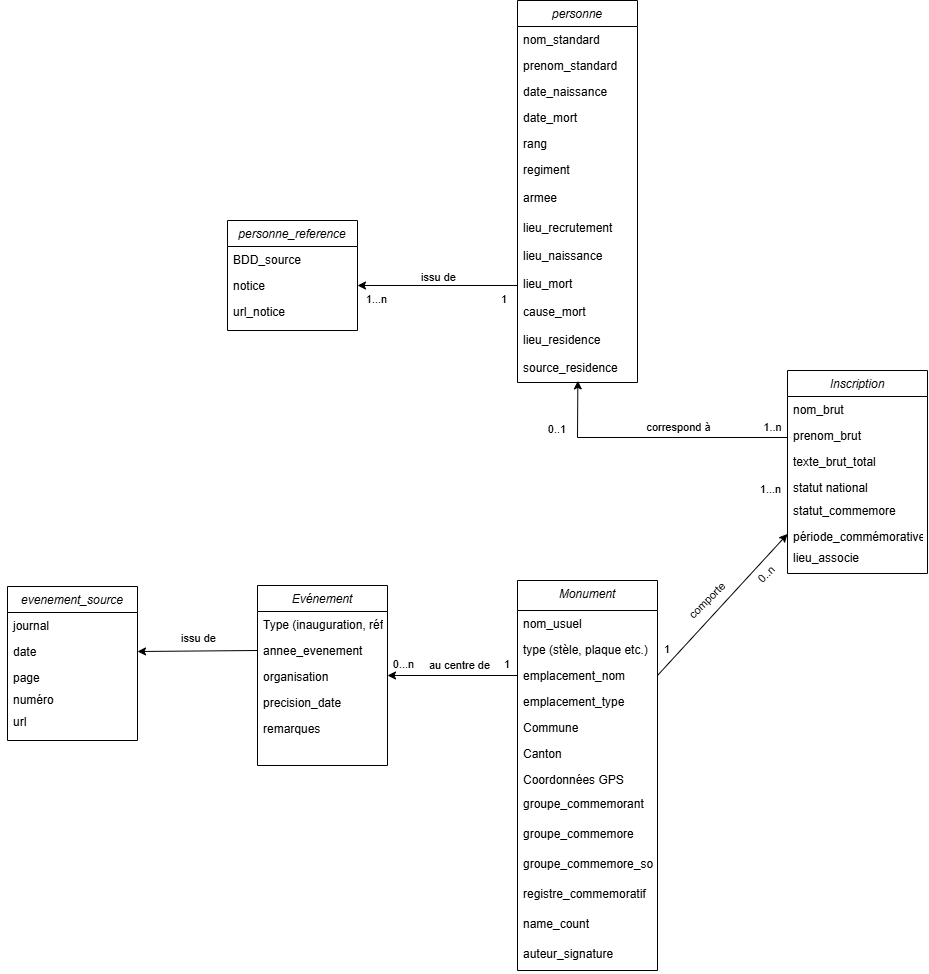
Before: Modèle conceptuel/MC_versionPNG.png, a diagram exported from draw.io (samohTDNM/Monument_Etrangers_14-18_Suisse). Source tidied: cells renumbered, new cells last; positions are measured from the earlier drawing's top-left corner, leaving out a move shared by most shapes.
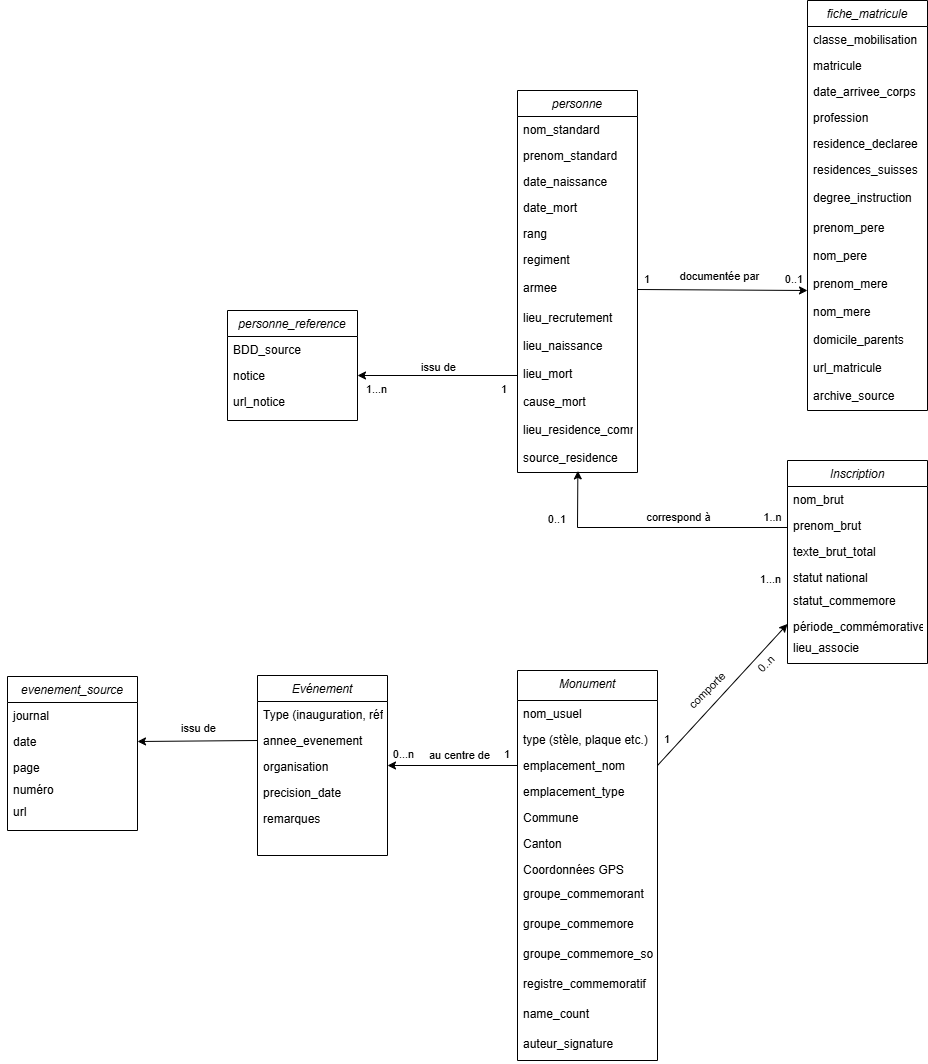
After the commit.

The edit, as a diff of the source:
```diff
@@ -38,7 +38,7 @@
     <mxCell id="13" value="cause_mort" style="text;align=left;verticalAlign=top;spacingLeft=4;spacingRight=4;overflow=hidden;rounded=0;shadow=0;html=0;" parent="2" vertex="1">
       <mxGeometry y="298" width="120" height="28" as="geometry" />
     </mxCell>
-    <mxCell id="14" value="lieu_residence&#10;" style="text;align=left;verticalAlign=top;spacingLeft=4;spacingRight=4;overflow=hidden;rounded=0;shadow=0;html=0;" parent="2" vertex="1">
+    <mxCell id="14" value="lieu_residence_commémorée&#10;" style="text;align=left;verticalAlign=top;spacingLeft=4;spacingRight=4;overflow=hidden;rounded=0;shadow=0;html=0;" parent="2" vertex="1">
       <mxGeometry y="326" width="120" height="28" as="geometry" />
     </mxCell>
     <mxCell id="15" value="source_residence" style="text;align=left;verticalAlign=top;spacingLeft=4;spacingRight=4;overflow=hidden;points=[[0,0.5],[1,0.5]];portConstraint=eastwest;rounded=0;shadow=0;html=0;" parent="2" vertex="1">
@@ -251,5 +251,66 @@
         <mxPoint x="-20" y="-4" as="offset" />
       </mxGeometry>
     </mxCell>
+    <mxCell id="77" value="fiche_matricule" style="swimlane;fontStyle=2;align=center;verticalAlign=top;horizontal=1;startSize=26;rounded=0;shadow=0;strokeWidth=1;" parent="1" vertex="1">
+      <mxGeometry x="800" y="-90" width="120" height="410" as="geometry" />
+    </mxCell>
+    <mxCell id="78" value="classe_mobilisation" style="text;align=left;verticalAlign=top;spacingLeft=4;spacingRight=4;overflow=hidden;" parent="77" vertex="1">
+      <mxGeometry y="26" width="120" height="26" as="geometry" />
+    </mxCell>
+    <mxCell id="79" value="matricule" style="text;align=left;verticalAlign=top;spacingLeft=4;spacingRight=4;overflow=hidden;rounded=0;shadow=0;html=0;" parent="77" vertex="1">
+      <mxGeometry y="52" width="120" height="26" as="geometry" />
+    </mxCell>
+    <mxCell id="80" value="date_arrivee_corps" style="text;align=left;verticalAlign=top;spacingLeft=4;spacingRight=4;overflow=hidden;rounded=0;shadow=0;html=0;" parent="77" vertex="1">
+      <mxGeometry y="78" width="120" height="26" as="geometry" />
+    </mxCell>
+    <mxCell id="81" value="profession" style="text;align=left;verticalAlign=top;spacingLeft=4;spacingRight=4;overflow=hidden;rounded=0;shadow=0;html=0;" parent="77" vertex="1">
+      <mxGeometry y="104" width="120" height="26" as="geometry" />
+    </mxCell>
+    <mxCell id="82" value="residence_declaree" style="text;align=left;verticalAlign=top;spacingLeft=4;spacingRight=4;overflow=hidden;rounded=0;shadow=0;html=0;" parent="77" vertex="1">
+      <mxGeometry y="130" width="120" height="26" as="geometry" />
+    </mxCell>
+    <mxCell id="83" value="residences_suisses" style="text;align=left;verticalAlign=top;spacingLeft=4;spacingRight=4;overflow=hidden;rounded=0;shadow=0;html=0;" parent="77" vertex="1">
+      <mxGeometry y="156" width="120" height="28" as="geometry" />
+    </mxCell>
+    <mxCell id="84" value="degree_instruction" style="text;align=left;verticalAlign=top;spacingLeft=4;spacingRight=4;overflow=hidden;rounded=0;shadow=0;html=0;" parent="77" vertex="1">
+      <mxGeometry y="184" width="120" height="30" as="geometry" />
+    </mxCell>
+    <mxCell id="85" value="prenom_pere" style="text;align=left;verticalAlign=top;spacingLeft=4;spacingRight=4;overflow=hidden;rounded=0;shadow=0;html=0;" parent="77" vertex="1">
+      <mxGeometry y="214" width="120" height="28" as="geometry" />
+    </mxCell>
+    <mxCell id="86" value="nom_pere" style="text;align=left;verticalAlign=top;spacingLeft=4;spacingRight=4;overflow=hidden;rounded=0;shadow=0;html=0;" parent="77" vertex="1">
+      <mxGeometry y="242" width="120" height="28" as="geometry" />
+    </mxCell>
+    <mxCell id="87" value="prenom_mere" style="text;align=left;verticalAlign=top;spacingLeft=4;spacingRight=4;overflow=hidden;rounded=0;shadow=0;html=0;" parent="77" vertex="1">
+      <mxGeometry y="270" width="120" height="28" as="geometry" />
+    </mxCell>
+    <mxCell id="88" value="nom_mere" style="text;align=left;verticalAlign=top;spacingLeft=4;spacingRight=4;overflow=hidden;rounded=0;shadow=0;html=0;" parent="77" vertex="1">
+      <mxGeometry y="298" width="120" height="28" as="geometry" />
+    </mxCell>
+    <mxCell id="89" value="domicile_parents" style="text;align=left;verticalAlign=top;spacingLeft=4;spacingRight=4;overflow=hidden;rounded=0;shadow=0;html=0;" parent="77" vertex="1">
+      <mxGeometry y="326" width="120" height="28" as="geometry" />
+    </mxCell>
+    <mxCell id="90" value="url_matricule" style="text;align=left;verticalAlign=top;spacingLeft=4;spacingRight=4;overflow=hidden;rounded=0;shadow=0;html=0;" parent="77" vertex="1">
+      <mxGeometry y="354" width="120" height="28" as="geometry" />
+    </mxCell>
+    <mxCell id="91" value="archive_source" style="text;align=left;verticalAlign=top;spacingLeft=4;spacingRight=4;overflow=hidden;rounded=0;shadow=0;html=0;" parent="77" vertex="1">
+      <mxGeometry y="382" width="120" height="28" as="geometry" />
+    </mxCell>
+    <mxCell id="92" style="endArrow=classic;html=1;rounded=0;exitX=1;exitY=0.5;exitDx=0;exitDy=0;" parent="1" edge="1" source="9">
+      <mxGeometry relative="1" as="geometry">
+        <mxPoint x="800" y="200" as="targetPoint" />
+      </mxGeometry>
+    </mxCell>
+    <mxCell id="93" value="0..1" style="text;html=1;whiteSpace=wrap;strokeColor=none;fillColor=none;align=center;verticalAlign=middle;rounded=0;fontSize=11;" parent="1" vertex="1">
+      <mxGeometry x="777" y="180" width="20" height="18" as="geometry" />
+    </mxCell>
+    <mxCell id="94" value="1" style="text;html=1;whiteSpace=wrap;strokeColor=none;fillColor=none;align=center;verticalAlign=middle;rounded=0;fontSize=11;" parent="1" vertex="1">
+      <mxGeometry x="630" y="180" width="20" height="18" as="geometry" />
+    </mxCell>
+    <mxCell id="95" value="documentée par" style="edgeLabel;html=1;align=center;verticalAlign=middle;rotation=0;" parent="1" vertex="1">
+      <mxGeometry x="730" y="191" as="geometry">
+        <mxPoint x="-19" y="-6" as="offset" />
+      </mxGeometry>
+    </mxCell>
   </root>
 </mxGraphModel>
```
